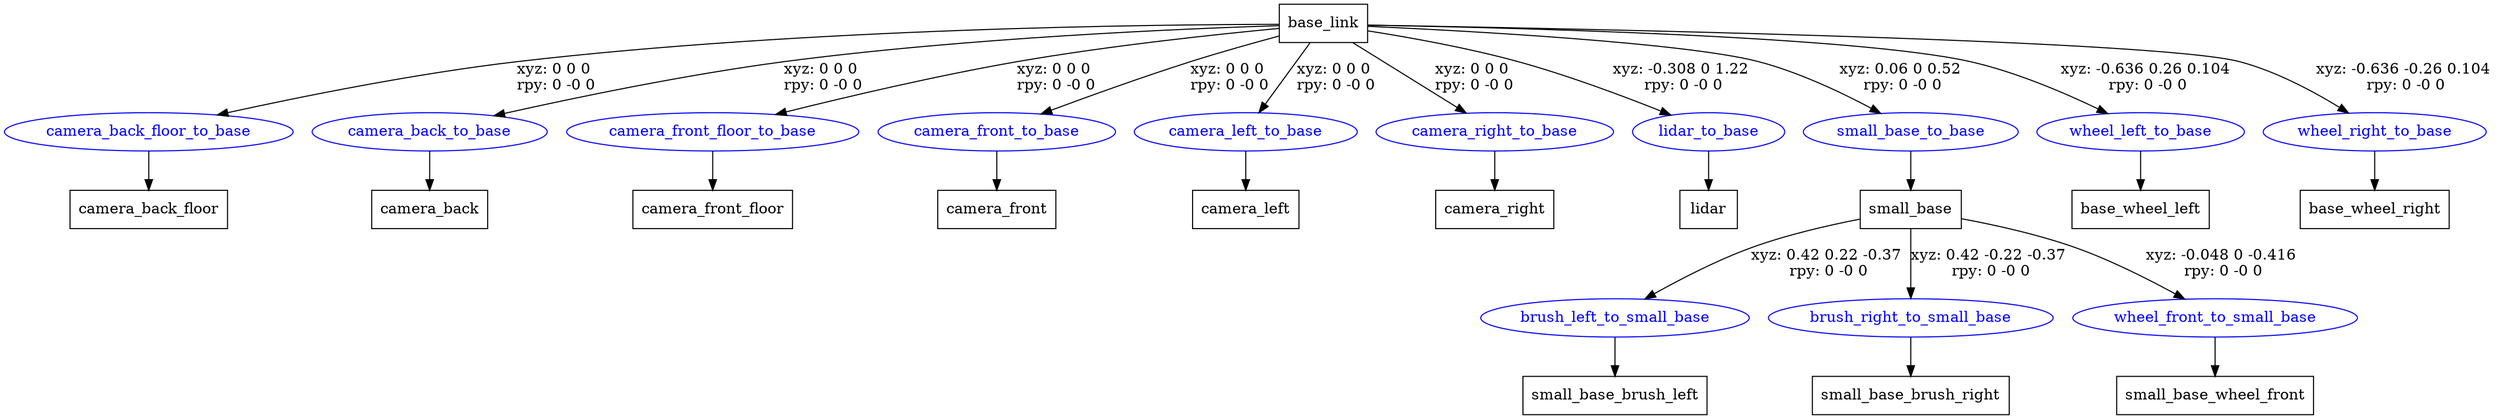
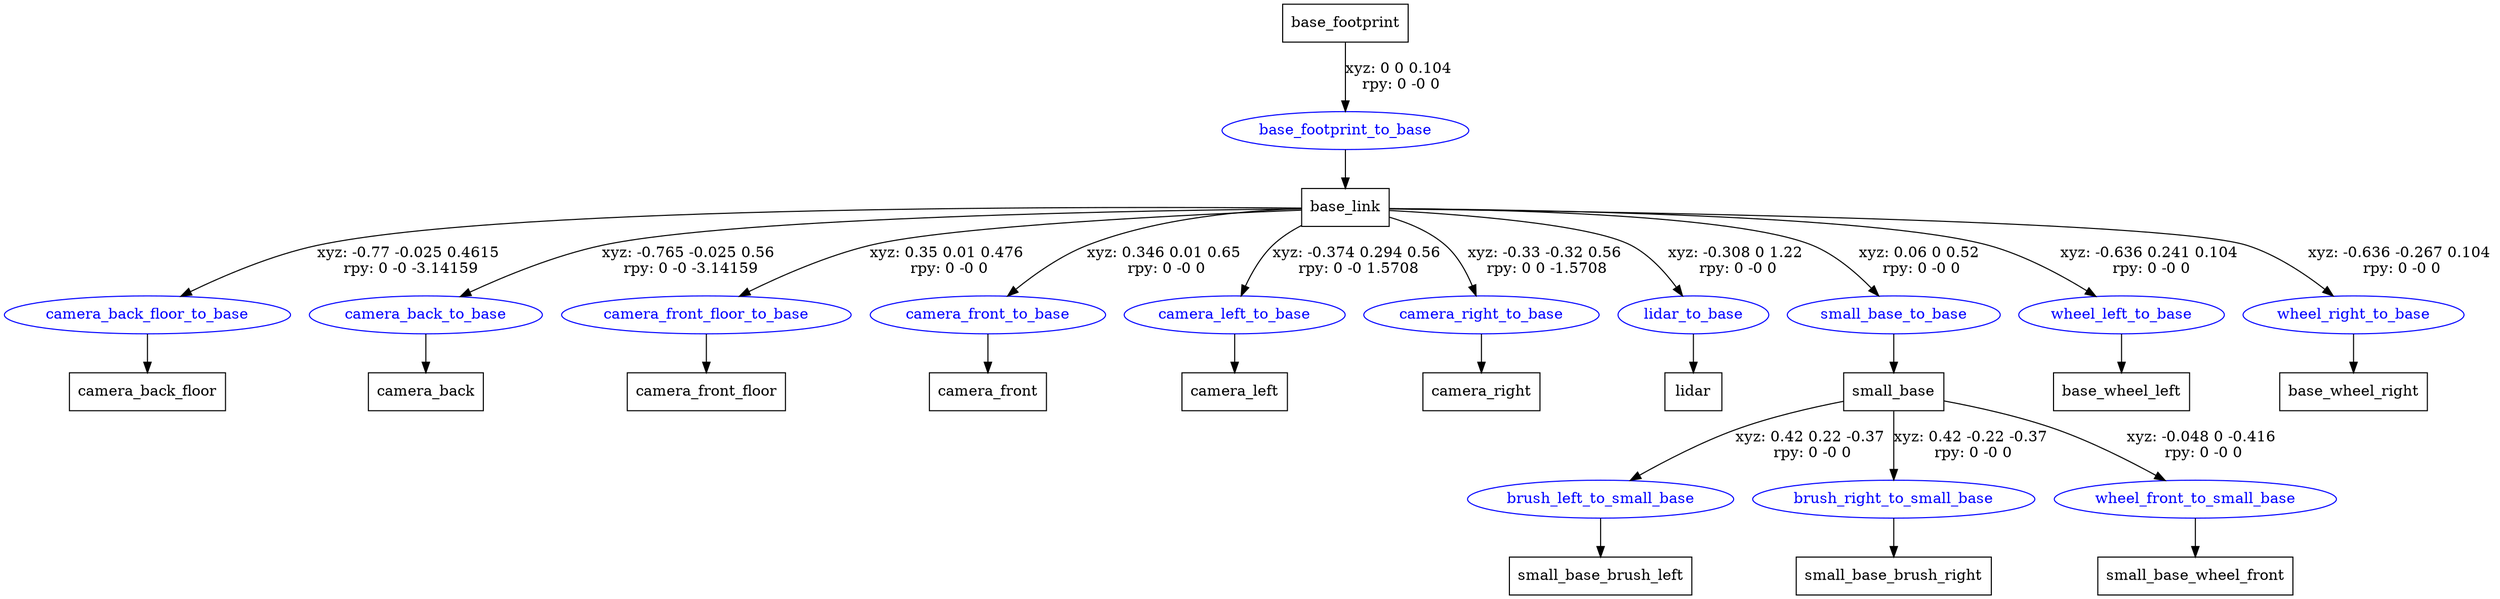
digraph G {
node [shape=box];
+ "base_footprint" [label="base_footprint"];
"base_link" [label="base_link"];
"camera_back_floor" [label="camera_back_floor"];
"camera_back" [label="camera_back"];
"camera_front_floor" [label="camera_front_floor"];
"camera_front" [label="camera_front"];
"camera_left" [label="camera_left"];
"camera_right" [label="camera_right"];
"lidar" [label="lidar"];
"small_base" [label="small_base"];
"small_base_brush_left" [label="small_base_brush_left"];
"small_base_brush_right" [label="small_base_brush_right"];
"small_base_wheel_front" [label="small_base_wheel_front"];
"base_wheel_left" [label="base_wheel_left"];
"base_wheel_right" [label="base_wheel_right"];
node [shape=ellipse, color=blue, fontcolor=blue];
- "base_link" -> "camera_back_floor_to_base" [label="xyz: 0 0 0 \nrpy: 0 -0 0"]
+ "base_footprint" -> "base_footprint_to_base" [label="xyz: 0 0 0.104 \nrpy: 0 -0 0"]
+ "base_footprint_to_base" -> "base_link"
+ "base_link" -> "camera_back_floor_to_base" [label="xyz: -0.77 -0.025 0.4615 \nrpy: 0 -0 -3.14159"]
"camera_back_floor_to_base" -> "camera_back_floor"
- "base_link" -> "camera_back_to_base" [label="xyz: 0 0 0 \nrpy: 0 -0 0"]
+ "base_link" -> "camera_back_to_base" [label="xyz: -0.765 -0.025 0.56 \nrpy: 0 -0 -3.14159"]
"camera_back_to_base" -> "camera_back"
- "base_link" -> "camera_front_floor_to_base" [label="xyz: 0 0 0 \nrpy: 0 -0 0"]
+ "base_link" -> "camera_front_floor_to_base" [label="xyz: 0.35 0.01 0.476 \nrpy: 0 -0 0"]
"camera_front_floor_to_base" -> "camera_front_floor"
- "base_link" -> "camera_front_to_base" [label="xyz: 0 0 0 \nrpy: 0 -0 0"]
+ "base_link" -> "camera_front_to_base" [label="xyz: 0.346 0.01 0.65 \nrpy: 0 -0 0"]
"camera_front_to_base" -> "camera_front"
- "base_link" -> "camera_left_to_base" [label="xyz: 0 0 0 \nrpy: 0 -0 0"]
+ "base_link" -> "camera_left_to_base" [label="xyz: -0.374 0.294 0.56 \nrpy: 0 -0 1.5708"]
"camera_left_to_base" -> "camera_left"
- "base_link" -> "camera_right_to_base" [label="xyz: 0 0 0 \nrpy: 0 -0 0"]
+ "base_link" -> "camera_right_to_base" [label="xyz: -0.33 -0.32 0.56 \nrpy: 0 0 -1.5708"]
"camera_right_to_base" -> "camera_right"
"base_link" -> "lidar_to_base" [label="xyz: -0.308 0 1.22 \nrpy: 0 -0 0"]
"lidar_to_base" -> "lidar"
"base_link" -> "small_base_to_base" [label="xyz: 0.06 0 0.52 \nrpy: 0 -0 0"]
"small_base_to_base" -> "small_base"
"small_base" -> "brush_left_to_small_base" [label="xyz: 0.42 0.22 -0.37 \nrpy: 0 -0 0"]
"brush_left_to_small_base" -> "small_base_brush_left"
"small_base" -> "brush_right_to_small_base" [label="xyz: 0.42 -0.22 -0.37 \nrpy: 0 -0 0"]
"brush_right_to_small_base" -> "small_base_brush_right"
"small_base" -> "wheel_front_to_small_base" [label="xyz: -0.048 0 -0.416 \nrpy: 0 -0 0"]
"wheel_front_to_small_base" -> "small_base_wheel_front"
- "base_link" -> "wheel_left_to_base" [label="xyz: -0.636 0.26 0.104 \nrpy: 0 -0 0"]
+ "base_link" -> "wheel_left_to_base" [label="xyz: -0.636 0.241 0.104 \nrpy: 0 -0 0"]
"wheel_left_to_base" -> "base_wheel_left"
- "base_link" -> "wheel_right_to_base" [label="xyz: -0.636 -0.26 0.104 \nrpy: 0 -0 0"]
+ "base_link" -> "wheel_right_to_base" [label="xyz: -0.636 -0.267 0.104 \nrpy: 0 -0 0"]
"wheel_right_to_base" -> "base_wheel_right"
}
